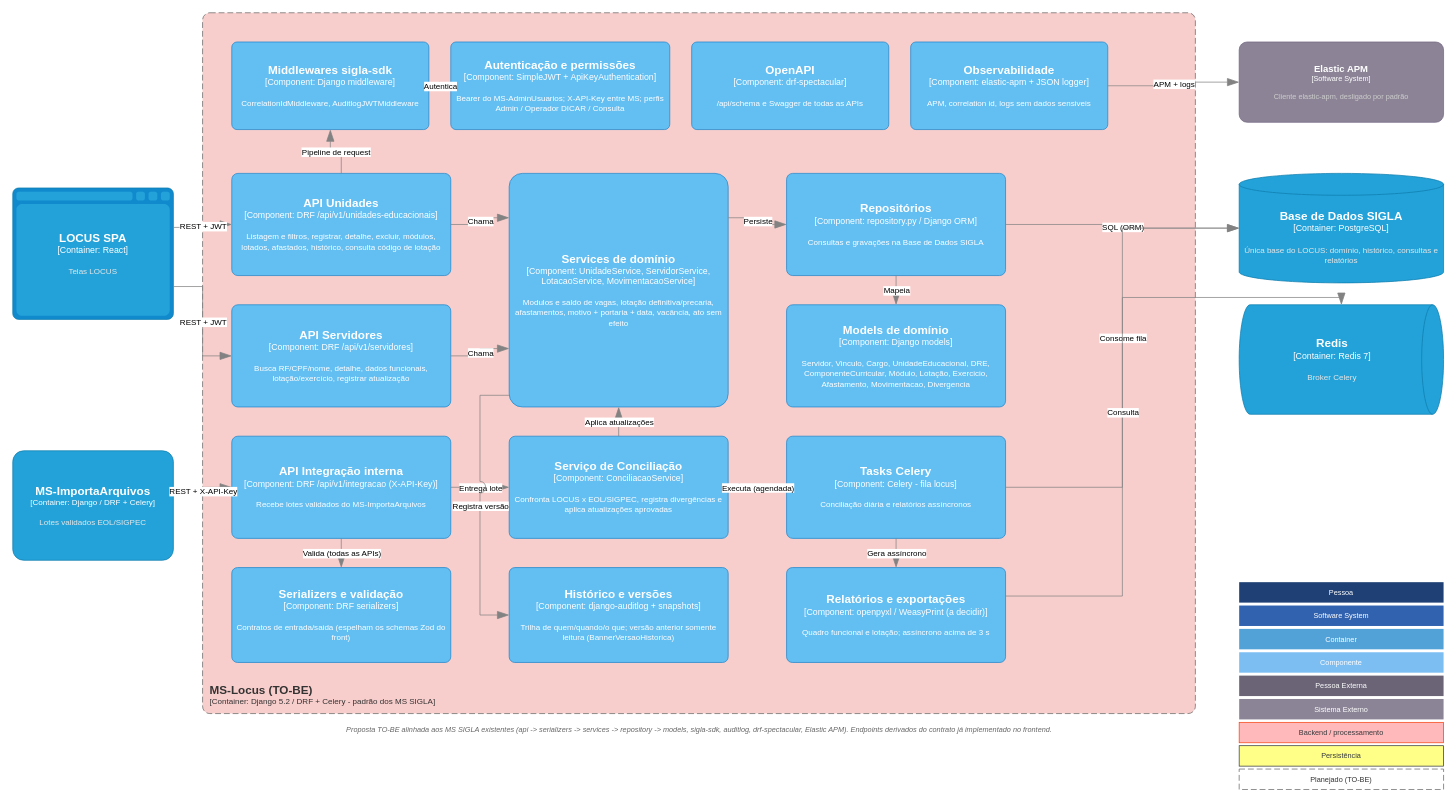
Above: page "C3 - Componentes SME-LOCUS-MICROSERVICO (TO-BE)" (4 of 15) of Locus/diagramas/assets/ARQUITETURA - LOCUS - C4.drawio in ronaldorobledo1902/SIGLA (draw.io), before the change. Source tidied: cells renumbered, new cells numbered last; positions are measured from the earlier drawing's top-left corner, leaving out a move shared by most shapes. Both pictures are drawn from the tidied source at 73%, with x=0, y=0 at pixel (12, 12).
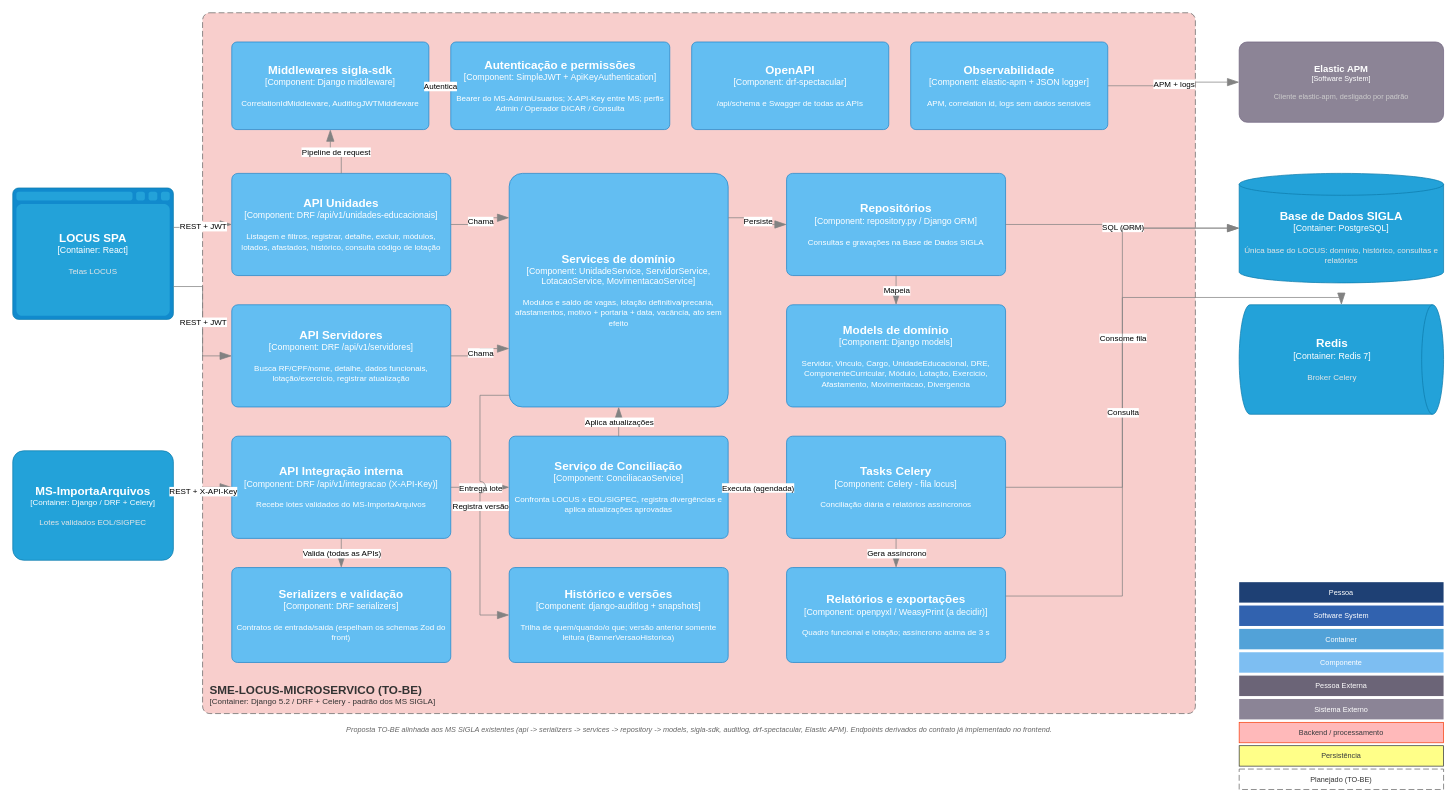
The same diagram, later.

Diff of the diagram source:
```diff
@@
-    <object id="2" label="&lt;font style=&quot;font-size: 16px&quot;&gt;&lt;b&gt;&lt;div style=&quot;text-align: left&quot;&gt;%c4Name%&lt;/div&gt;&lt;/b&gt;&lt;/font&gt;&lt;div style=&quot;text-align: left&quot;&gt;[%c4Application%]&lt;/div&gt;" c4Application="Container: Django 5.2 / DRF + Celery - padrão dos MS SIGLA" c4Name="MS-Locus (TO-BE)" placeholders="1">
+    <object id="2" label="&lt;font style=&quot;font-size: 16px&quot;&gt;&lt;b&gt;&lt;div style=&quot;text-align: left&quot;&gt;%c4Name%&lt;/div&gt;&lt;/b&gt;&lt;/font&gt;&lt;div style=&quot;text-align: left&quot;&gt;[%c4Application%]&lt;/div&gt;" c4Application="Container: Django 5.2 / DRF + Celery - padrão dos MS SIGLA" c4Name="SME-LOCUS-MICROSERVICO (TO-BE)" placeholders="1">
       <mxCell style="rounded=1;fontSize=11;whiteSpace=wrap;html=1;dashed=1;arcSize=20;fillColor=#F8CECC;strokeColor=#666666;fontColor=#333333;labelBackgroundColor=none;align=left;verticalAlign=bottom;labelBorderColor=none;spacingTop=0;spacing=10;dashPattern=8 4;perimeter=rectanglePerimeter;noLabel=0;labelPadding=0;absoluteArcSize=1;" parent="1" vertex="1">
         <mxGeometry x="260" width="1360" height="960" as="geometry" />
       </mxCell>
     </object>
```
